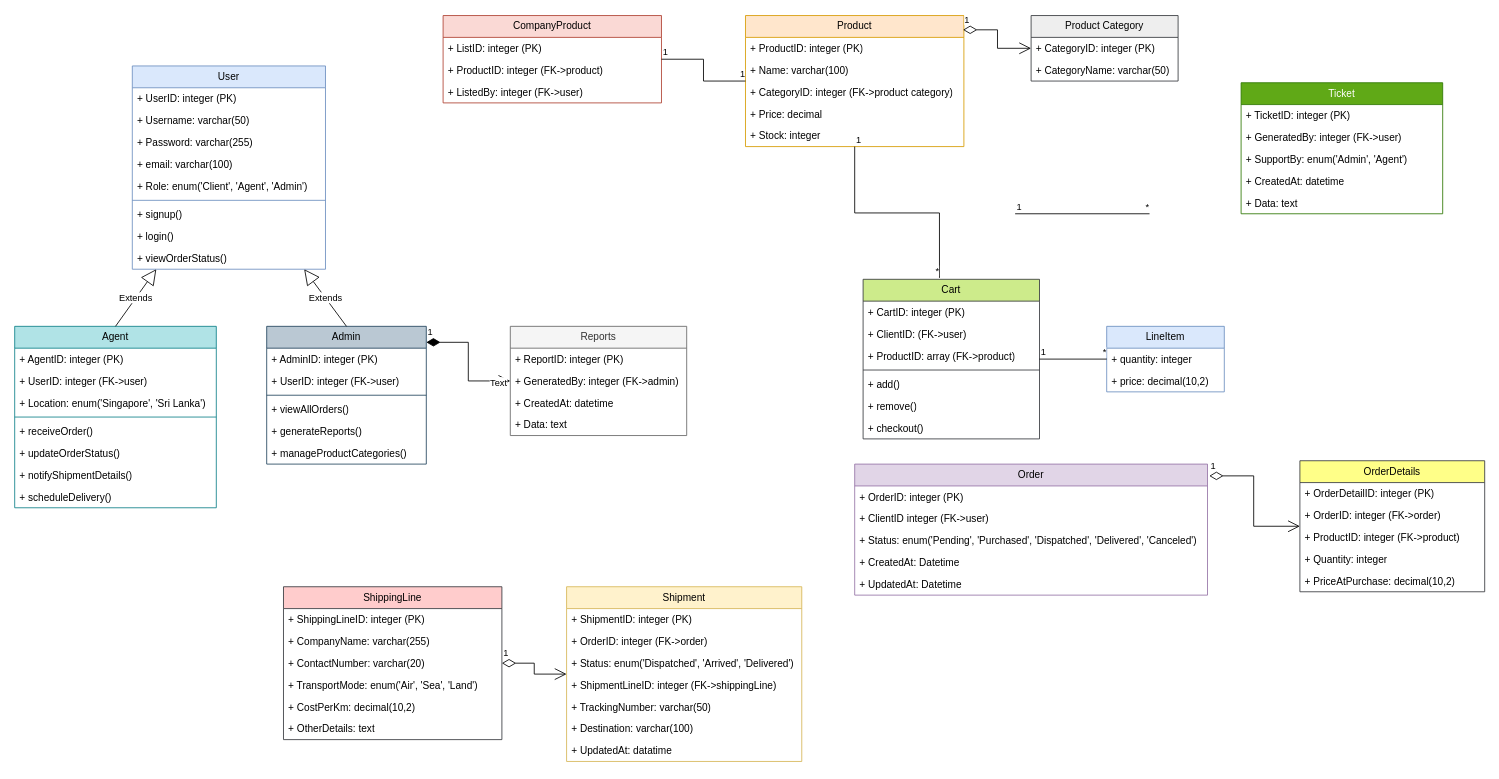
K-M-Shehan/software-design-docs keeps this draw.io diagram as diagrams/UML-class-diagram.drawio. Above is the earlier version. Source tidied: cells renumbered, new cells numbered last; positions are measured from the earlier drawing's top-left corner, leaving out a move shared by most shapes. Both pictures are drawn from the tidied source at 84%, with x=0, y=0 at pixel (14, 15).
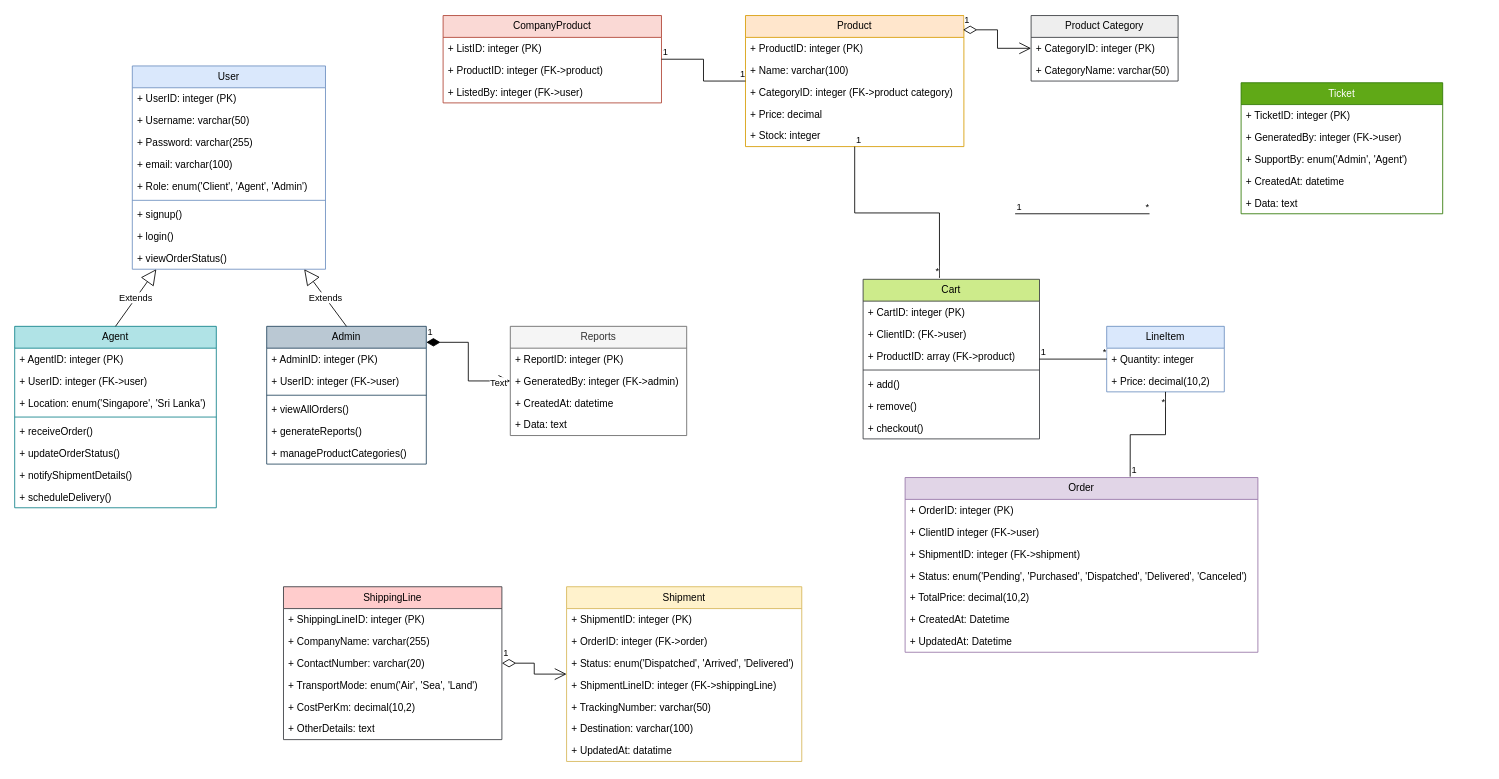
Above is the later version.

Commit message:
removed orderDetails relation and linked lineItem with order table

The change refers to these unchanged cells:
```xml
<mxCell id="94" value="LineItem" style="swimlane;fontStyle=0;horizontal=1;startSize=26;fillColor=#dae8fc;whiteSpace=wrap;html=1;strokeColor=#6c8ebf;" parent="1" vertex="1">
  <mxGeometry x="1300" y="370" width="140" height="78" as="geometry" />
</mxCell>
```

What changed in the source:
```diff
@@
     <mxCell id="12" value="Order" style="swimlane;fontStyle=0;horizontal=1;startSize=26;fillColor=#e1d5e7;whiteSpace=wrap;html=1;strokeColor=#9673a6;" parent="1" vertex="1">
-      <mxGeometry x="1000" y="534" width="420" height="156" as="geometry" />
+      <mxGeometry x="1060" y="550" width="420" height="208" as="geometry" />
     </mxCell>
@@
+    <mxCell id="109" value="+ ShipmentID: integer (FK-&amp;gt;shipment)" style="text;strokeColor=none;fillColor=none;align=left;verticalAlign=top;spacingLeft=4;spacingRight=4;overflow=hidden;whiteSpace=wrap;html=1;" parent="12" vertex="1">
+      <mxGeometry y="78" width="420" height="26" as="geometry" />
+    </mxCell>
     <mxCell id="15" value="+ Status: enum('Pending', 'Purchased', 'Dispatched', 'Delivered', 'Canceled') " style="text;strokeColor=none;fillColor=none;align=left;verticalAlign=top;spacingLeft=4;spacingRight=4;overflow=hidden;whiteSpace=wrap;html=1;" parent="12" vertex="1">
-      <mxGeometry y="78" width="420" height="26" as="geometry" />
+      <mxGeometry y="104" width="420" height="26" as="geometry" />
     </mxCell>
+    <mxCell id="73" value="+ TotalPrice: decimal(10,2)" style="text;strokeColor=none;fillColor=none;align=left;verticalAlign=top;spacingLeft=4;spacingRight=4;overflow=hidden;whiteSpace=wrap;html=1;" parent="12" vertex="1">
+      <mxGeometry y="130" width="420" height="26" as="geometry" />
+    </mxCell>
     <mxCell id="16" value="+ CreatedAt: Datetime " style="text;strokeColor=none;fillColor=none;align=left;verticalAlign=top;spacingLeft=4;spacingRight=4;overflow=hidden;whiteSpace=wrap;html=1;" parent="12" vertex="1">
-      <mxGeometry y="104" width="420" height="26" as="geometry" />
+      <mxGeometry y="156" width="420" height="26" as="geometry" />
     </mxCell>
     <mxCell id="17" value="+ UpdatedAt: Datetime" style="text;strokeColor=none;fillColor=none;align=left;verticalAlign=top;spacingLeft=4;spacingRight=4;overflow=hidden;whiteSpace=wrap;html=1;" parent="12" vertex="1">
-      <mxGeometry y="130" width="420" height="26" as="geometry" />
+      <mxGeometry y="182" width="420" height="26" as="geometry" />
     </mxCell>
@@
-    <mxCell id="68" value="OrderDetails" style="swimlane;fontStyle=0;horizontal=1;startSize=26;fillColor=#ffff88;whiteSpace=wrap;html=1;strokeColor=#36393d;" parent="1" vertex="1">
-      <mxGeometry x="1530" y="530" width="220" height="156" as="geometry" />
-    </mxCell>
-    <mxCell id="69" value="+ OrderDetailID: integer (PK)" style="text;strokeColor=none;fillColor=none;align=left;verticalAlign=top;spacingLeft=4;spacingRight=4;overflow=hidden;whiteSpace=wrap;html=1;" parent="68" vertex="1">
-      <mxGeometry y="26" width="220" height="26" as="geometry" />
-    </mxCell>
-    <mxCell id="70" value="+ OrderID: integer (FK-&amp;gt;order)" style="text;strokeColor=none;fillColor=none;align=left;verticalAlign=top;spacingLeft=4;spacingRight=4;overflow=hidden;whiteSpace=wrap;html=1;" parent="68" vertex="1">
-      <mxGeometry y="52" width="220" height="26" as="geometry" />
-    </mxCell>
-    <mxCell id="71" value="+ ProductID: integer (FK-&amp;gt;product)" style="text;strokeColor=none;fillColor=none;align=left;verticalAlign=top;spacingLeft=4;spacingRight=4;overflow=hidden;whiteSpace=wrap;html=1;" parent="68" vertex="1">
-      <mxGeometry y="78" width="220" height="26" as="geometry" />
-    </mxCell>
-    <mxCell id="72" value="+ Quantity: integer" style="text;strokeColor=none;fillColor=none;align=left;verticalAlign=top;spacingLeft=4;spacingRight=4;overflow=hidden;whiteSpace=wrap;html=1;" parent="68" vertex="1">
-      <mxGeometry y="104" width="220" height="26" as="geometry" />
-    </mxCell>
-    <mxCell id="73" value="+ PriceAtPurchase: decimal(10,2)" style="text;strokeColor=none;fillColor=none;align=left;verticalAlign=top;spacingLeft=4;spacingRight=4;overflow=hidden;whiteSpace=wrap;html=1;" parent="68" vertex="1">
-      <mxGeometry y="130" width="220" height="26" as="geometry" />
-    </mxCell>
@@
-    <mxCell id="92" value="1" style="endArrow=open;html=1;endSize=12;startArrow=diamondThin;startSize=14;startFill=0;edgeStyle=orthogonalEdgeStyle;align=left;verticalAlign=bottom;rounded=0;exitX=1.005;exitY=0.09;exitDx=0;exitDy=0;exitPerimeter=0;" parent="1" edge="1" source="12" target="68">
-      <mxGeometry x="-1" y="3" relative="1" as="geometry" />
-    </mxCell>
@@
-    <mxCell id="95" value="+ quantity: integer" style="text;strokeColor=none;fillColor=none;align=left;verticalAlign=top;spacingLeft=4;spacingRight=4;overflow=hidden;whiteSpace=wrap;html=1;" parent="94" vertex="1">
+    <mxCell id="95" value="+ Quantity: integer" style="text;strokeColor=none;fillColor=none;align=left;verticalAlign=top;spacingLeft=4;spacingRight=4;overflow=hidden;whiteSpace=wrap;html=1;" parent="94" vertex="1">
       <mxGeometry y="26" width="140" height="26" as="geometry" />
     </mxCell>
-    <mxCell id="96" value="+ price: decimal(10,2)" style="text;strokeColor=none;fillColor=none;align=left;verticalAlign=top;spacingLeft=4;spacingRight=4;overflow=hidden;whiteSpace=wrap;html=1;" parent="94" vertex="1">
+    <mxCell id="96" value="+ Price: decimal(10,2)" style="text;strokeColor=none;fillColor=none;align=left;verticalAlign=top;spacingLeft=4;spacingRight=4;overflow=hidden;whiteSpace=wrap;html=1;" parent="94" vertex="1">
       <mxGeometry y="52" width="140" height="26" as="geometry" />
     </mxCell>
@@
+    <mxCell id="110" style="endArrow=none;html=1;edgeStyle=orthogonalEdgeStyle;rounded=0;exitX=0.638;exitY=-0.005;exitDx=0;exitDy=0;exitPerimeter=0;" parent="1" edge="1" source="12" target="94">
+      <mxGeometry relative="1" as="geometry" />
+    </mxCell>
+    <mxCell id="92" value="1" style="edgeLabel;html=1;align=left;verticalAlign=bottom;" parent="110" vertex="1">
+      <mxGeometry x="-1" relative="1" as="geometry" />
+    </mxCell>
+    <mxCell id="111" value="*" style="edgeLabel;html=1;align=right;verticalAlign=bottom;" parent="110" vertex="1">
+      <mxGeometry x="1" relative="1" as="geometry">
+        <mxPoint y="20" as="offset" />
+      </mxGeometry>
+    </mxCell>
```
